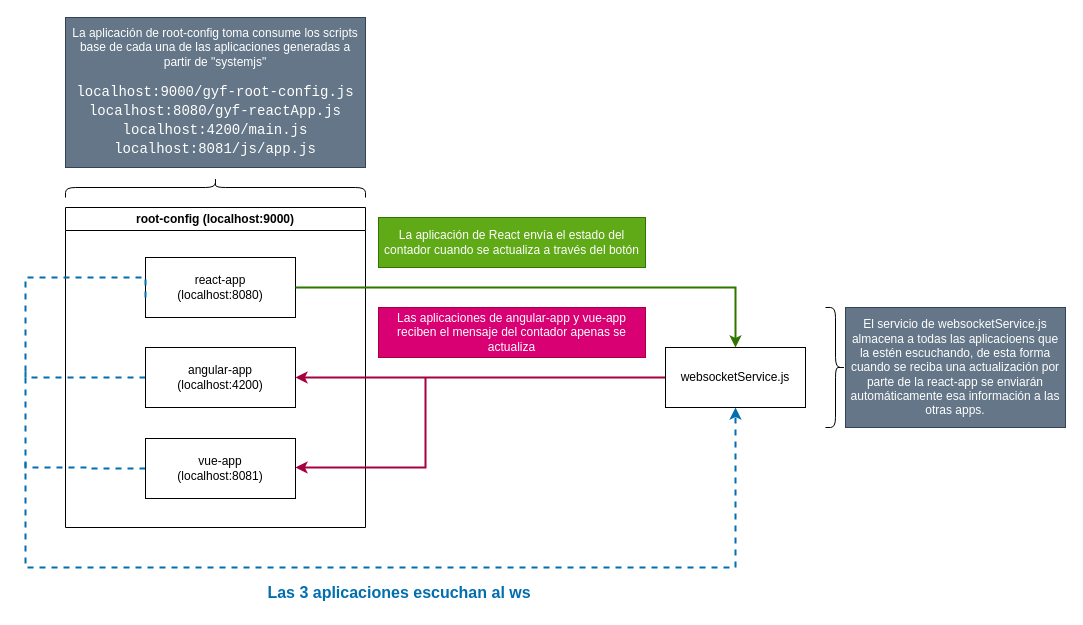
The draw.io diagram POC Microfrontend.drawio in rmlarreta/microfrontend, before the edit. Source tidied: cells renumbered, new cells numbered last; positions are measured from the earlier drawing's top-left corner, leaving out a move shared by most shapes. Both pictures are drawn from the tidied source at 100%, with x=0, y=0 at pixel (25, 17).
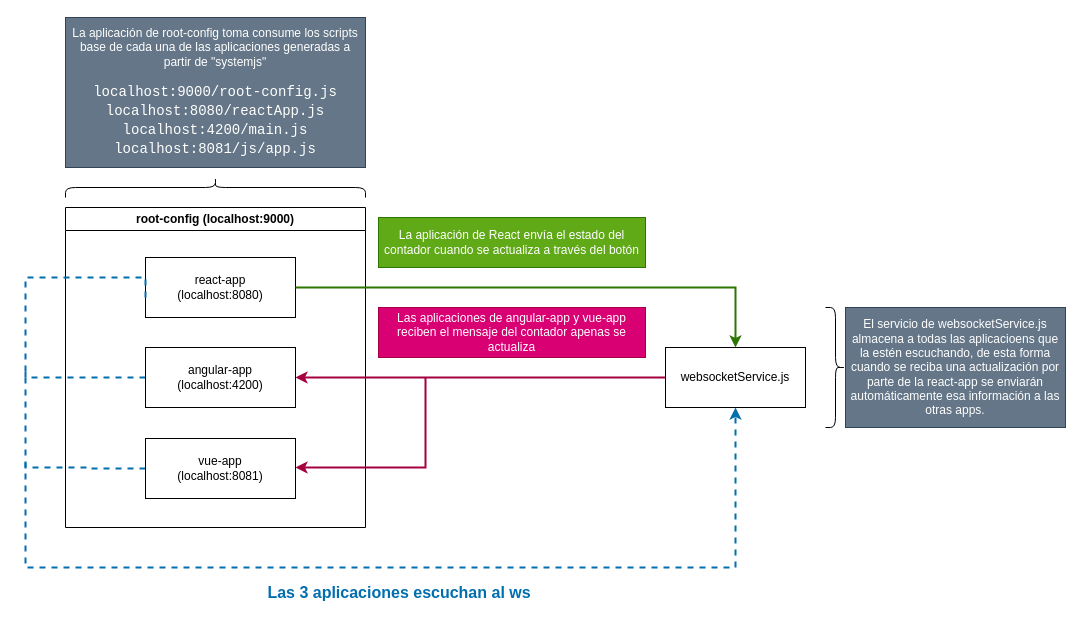
The same diagram, later.

The edit, as a diff of the source:
```diff
@@
-    <mxCell id="20" value="La aplicación de root-config toma consume los scripts base de cada una de las aplicaciones generadas a partir de &quot;systemjs&quot;&lt;br&gt;&lt;br&gt;&lt;div style=&quot;font-family: Consolas, &amp;quot;Courier New&amp;quot;, monospace; font-size: 14px; line-height: 19px;&quot;&gt;&lt;div style=&quot;&quot;&gt;&lt;span style=&quot;background-color: rgb(100, 118, 135);&quot;&gt;localhost:9000/gyf-root-config.js&lt;/span&gt;&lt;/div&gt;&lt;div style=&quot;&quot;&gt;&lt;span style=&quot;background-color: rgb(100, 118, 135);&quot;&gt;localhost:8080/gyf-reactApp.js&lt;/span&gt;&lt;/div&gt;&lt;div style=&quot;&quot;&gt;&lt;span style=&quot;background-color: rgb(100, 118, 135);&quot;&gt;localhost:4200/main.js&lt;/span&gt;&lt;/div&gt;&lt;div style=&quot;&quot;&gt;&lt;span style=&quot;background-color: rgb(100, 118, 135);&quot;&gt;localhost:8081/js/app.js&lt;/span&gt;&lt;/div&gt;&lt;/div&gt;" style="text;html=1;align=center;verticalAlign=middle;whiteSpace=wrap;rounded=0;fillColor=#647687;fontColor=#ffffff;strokeColor=#314354;" parent="1" vertex="1">
+    <mxCell id="20" value="La aplicación de root-config toma consume los scripts base de cada una de las aplicaciones generadas a partir de &quot;systemjs&quot;&lt;br&gt;&lt;br&gt;&lt;div style=&quot;font-family: Consolas, &amp;quot;Courier New&amp;quot;, monospace; font-size: 14px; line-height: 19px;&quot;&gt;&lt;div style=&quot;&quot;&gt;&lt;span style=&quot;background-color: rgb(100, 118, 135);&quot;&gt;localhost:9000/root-config.js&lt;/span&gt;&lt;/div&gt;&lt;div style=&quot;&quot;&gt;&lt;span style=&quot;background-color: rgb(100, 118, 135);&quot;&gt;localhost:8080/reactApp.js&lt;/span&gt;&lt;/div&gt;&lt;div style=&quot;&quot;&gt;&lt;span style=&quot;background-color: rgb(100, 118, 135);&quot;&gt;localhost:4200/main.js&lt;/span&gt;&lt;/div&gt;&lt;div style=&quot;&quot;&gt;&lt;span style=&quot;background-color: rgb(100, 118, 135);&quot;&gt;localhost:8081/js/app.js&lt;/span&gt;&lt;/div&gt;&lt;/div&gt;" style="text;html=1;align=center;verticalAlign=middle;whiteSpace=wrap;rounded=0;fillColor=#647687;fontColor=#ffffff;strokeColor=#314354;" parent="1" vertex="1">
       <mxGeometry x="40" width="300" height="150" as="geometry" />
     </mxCell>
```
